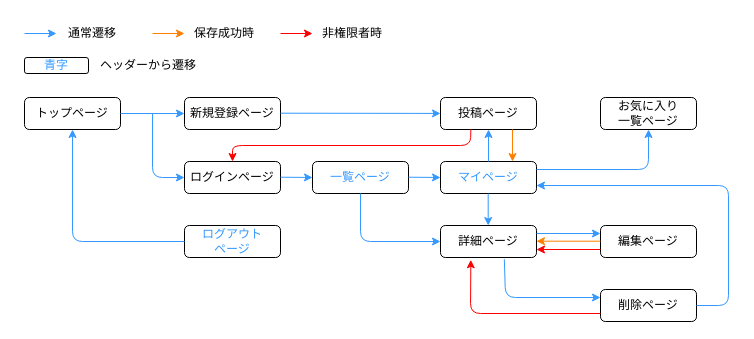
Earlier version of the draw.io diagram view.dio (Muck023/fitskin). Source tidied: cells renumbered, new cells numbered last; positions are measured from the earlier drawing's top-left corner, leaving out a move shared by most shapes. Both pictures are drawn from the tidied source at 100%, with x=0, y=0 at pixel (24, 17).
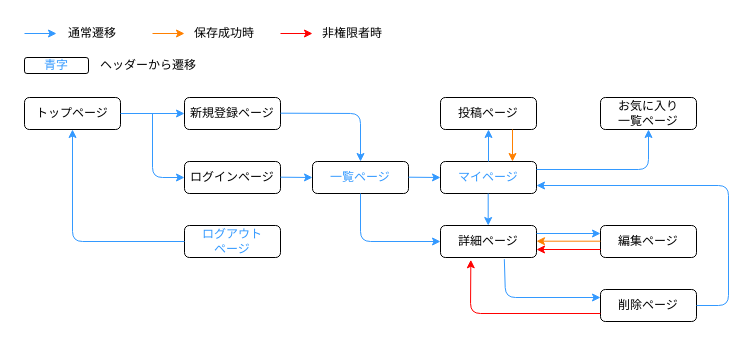
After the change.

The change refers to these unchanged cells:
```xml
<mxCell id="4" value="ログインページ" style="rounded=1;whiteSpace=wrap;html=1;" parent="1" vertex="1">
  <mxGeometry x="160" y="144" width="96" height="32" as="geometry" />
</mxCell>
<mxCell id="7" value="投稿ページ" style="rounded=1;whiteSpace=wrap;html=1;" parent="1" vertex="1">
  <mxGeometry x="416" y="80" width="96" height="32" as="geometry" />
</mxCell>
<mxCell id="9" value="&lt;font color=&quot;#3399ff&quot;&gt;一覧ページ&lt;/font&gt;" style="rounded=1;whiteSpace=wrap;html=1;" parent="1" vertex="1">
  <mxGeometry x="288" y="144" width="96" height="32" as="geometry" />
</mxCell>
```

The edit, as a diff of the source:
```diff
@@
-    <mxCell id="13" style="endArrow=classic;html=1;exitX=1;exitY=0.5;exitDx=0;exitDy=0;strokeColor=#3399FF;" parent="1" edge="1" target="7">
+    <mxCell id="13" style="endArrow=classic;html=1;exitX=1;exitY=0.5;exitDx=0;exitDy=0;strokeColor=#3399FF;entryX=0.5;entryY=0;entryDx=0;entryDy=0;" parent="1" edge="1" target="9">
       <mxGeometry relative="1" as="geometry">
         <mxPoint x="256" y="95.7" as="sourcePoint" />
+        <Array as="points">
+          <mxPoint x="336" y="96" />
+        </Array>
       </mxGeometry>
     </mxCell>
@@
-    <mxCell id="26" style="endArrow=classic;html=1;exitX=0.316;exitY=0.991;exitDx=0;exitDy=0;strokeColor=#FF0000;entryX=0.5;entryY=0;entryDx=0;entryDy=0;exitPerimeter=0;" parent="1" edge="1" source="7" target="4">
-      <mxGeometry relative="1" as="geometry">
-        <Array as="points">
-          <mxPoint x="446" y="128" />
-          <mxPoint x="208" y="128" />
-        </Array>
-      </mxGeometry>
-    </mxCell>
```
